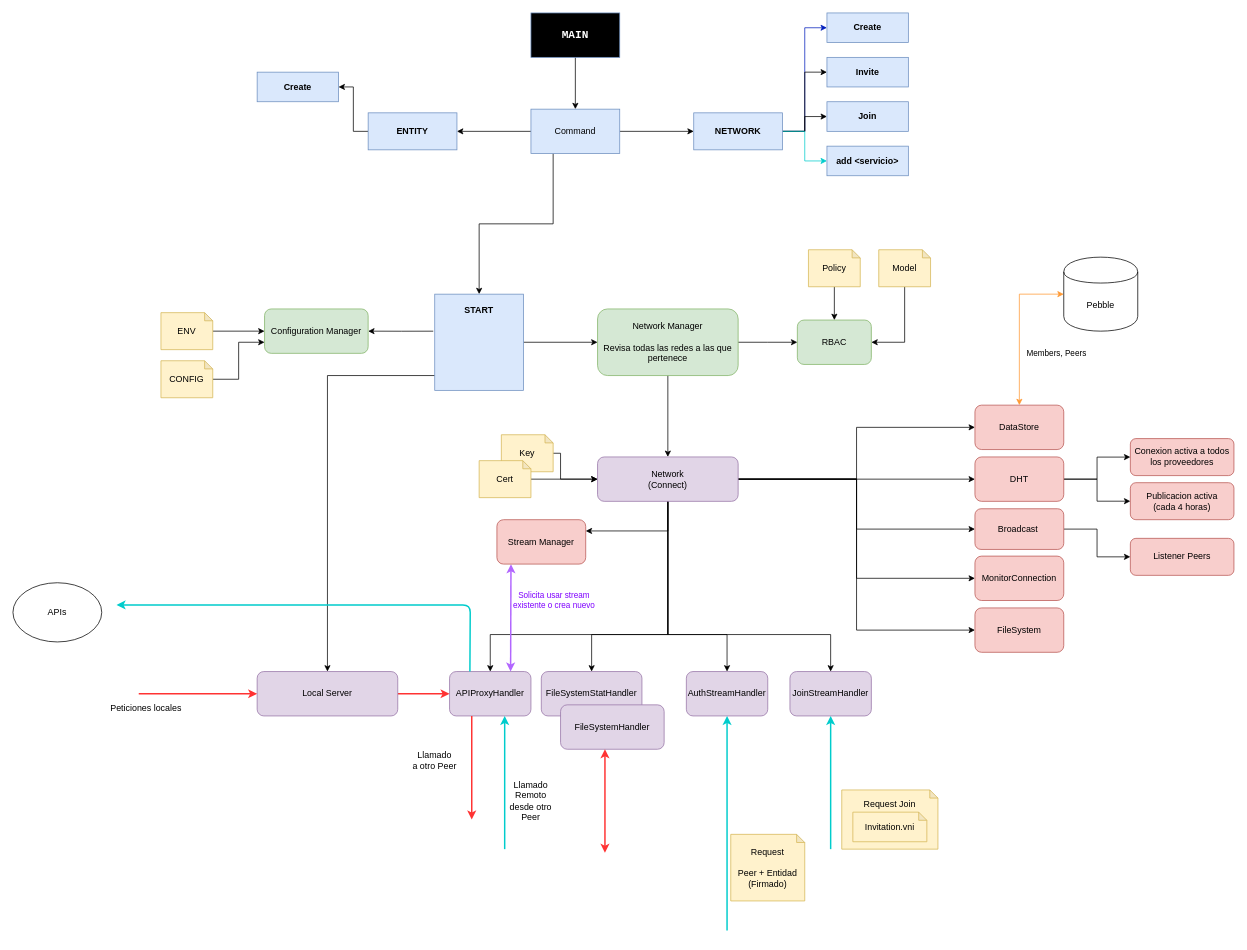
Above: page "App Arquitecture" (5 of 7) of documentation/Veredarii.drawio in daille/veredarii (draw.io), before the change. Source tidied: cells renumbered, new cells numbered last; positions are measured from the earlier drawing's top-left corner, leaving out a move shared by most shapes. Both pictures are drawn from the tidied source at 74%, with x=0, y=0 at pixel (13, 13).
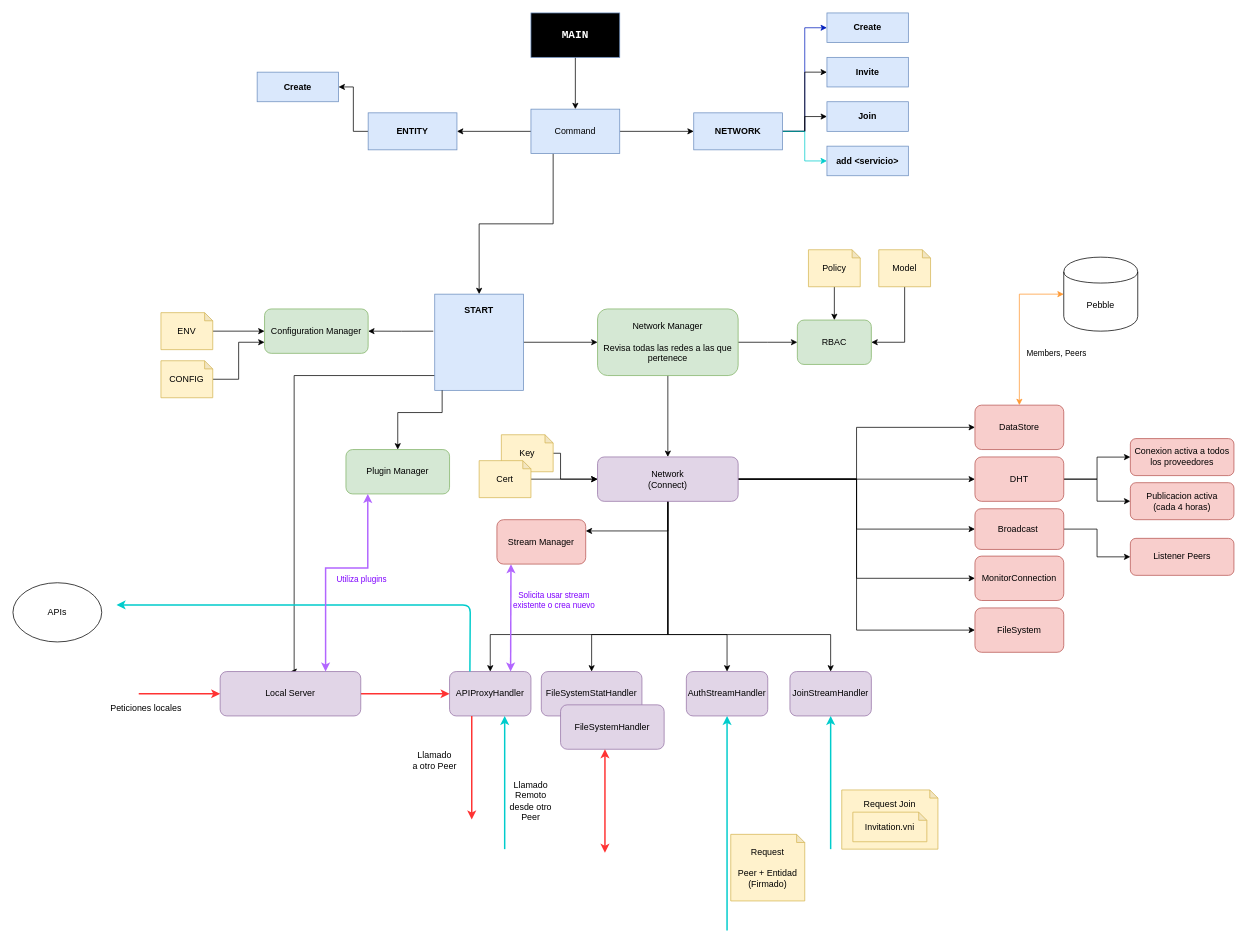
Above is the later version.

Unchanged cells that the change refers to:
```xml
<mxCell id="11" value="&lt;b&gt;START&lt;/b&gt;&lt;br&gt;&lt;br&gt;&lt;br&gt;&lt;br&gt;&lt;br&gt;&lt;br&gt;&lt;br&gt;" style="rounded=0;whiteSpace=wrap;html=1;fillColor=#dae8fc;strokeColor=#6c8ebf;" parent="1" vertex="1">
  <mxGeometry x="570" y="380" width="120" height="130" as="geometry" />
</mxCell>
```

What changed in the source:
```diff
@@
-    <mxCell id="10" style="edgeStyle=orthogonalEdgeStyle;rounded=0;jettySize=auto;html=1;strokeColor=#000000;strokeWidth=1;" parent="1" edge="1" source="11" target="38">
+    <mxCell id="10" style="edgeStyle=orthogonalEdgeStyle;rounded=0;jettySize=auto;html=1;strokeColor=#000000;strokeWidth=1;entryX=0.5;entryY=0;entryDx=0;entryDy=0;" parent="1" edge="1" source="11" target="38">
       <mxGeometry relative="1" as="geometry">
         <Array as="points">
-          <mxPoint x="425" y="490" />
+          <mxPoint x="380" y="490" />
+          <mxPoint x="380" y="890" />
         </Array>
       </mxGeometry>
     </mxCell>
@@
     <mxCell id="38" value="Local Server" style="rounded=1;whiteSpace=wrap;html=1;fillColor=#e1d5e7;strokeColor=#9673a6;" parent="1" vertex="1">
-      <mxGeometry x="330" y="890" width="190" height="60" as="geometry" />
+      <mxGeometry x="280" y="890" width="190" height="60" as="geometry" />
     </mxCell>
@@
+    <mxCell id="89" value="Plugin Manager" style="rounded=1;whiteSpace=wrap;html=1;fillColor=#d5e8d4;strokeColor=#82b366;" parent="1" vertex="1">
+      <mxGeometry x="450" y="590" width="140" height="60" as="geometry" />
+    </mxCell>
+    <mxCell id="90" style="edgeStyle=orthogonalEdgeStyle;rounded=0;jettySize=auto;html=1;strokeColor=#000000;strokeWidth=1;entryX=0.5;entryY=0;entryDx=0;entryDy=0;" parent="1" edge="1" source="11" target="89">
+      <mxGeometry relative="1" as="geometry">
+        <Array as="points">
+          <mxPoint x="580" y="540" />
+          <mxPoint x="520" y="540" />
+        </Array>
+      </mxGeometry>
+    </mxCell>
+    <mxCell id="91" style="edgeStyle=orthogonalEdgeStyle;rounded=0;jettySize=auto;html=1;entryX=0.75;entryY=0;entryDx=0;entryDy=0;fillColor=#f8cecc;strokeColor=#B266FF;strokeWidth=2;startArrow=classic;startFill=1;" parent="1" edge="1" target="38">
+      <mxGeometry relative="1" as="geometry">
+        <mxPoint x="479.5" y="650" as="sourcePoint" />
+        <Array as="points">
+          <mxPoint x="480" y="750" />
+          <mxPoint x="423" y="750" />
+        </Array>
+      </mxGeometry>
+    </mxCell>
+    <mxCell id="92" value="Utiliza plugins" style="edgeLabel;html=1;align=center;verticalAlign=middle;fontColor=#7F00FF;" parent="91" vertex="1">
+      <mxGeometry x="-0.2" y="-3" relative="1" as="geometry">
+        <mxPoint x="9.5" y="17" as="offset" />
+      </mxGeometry>
+    </mxCell>
```
